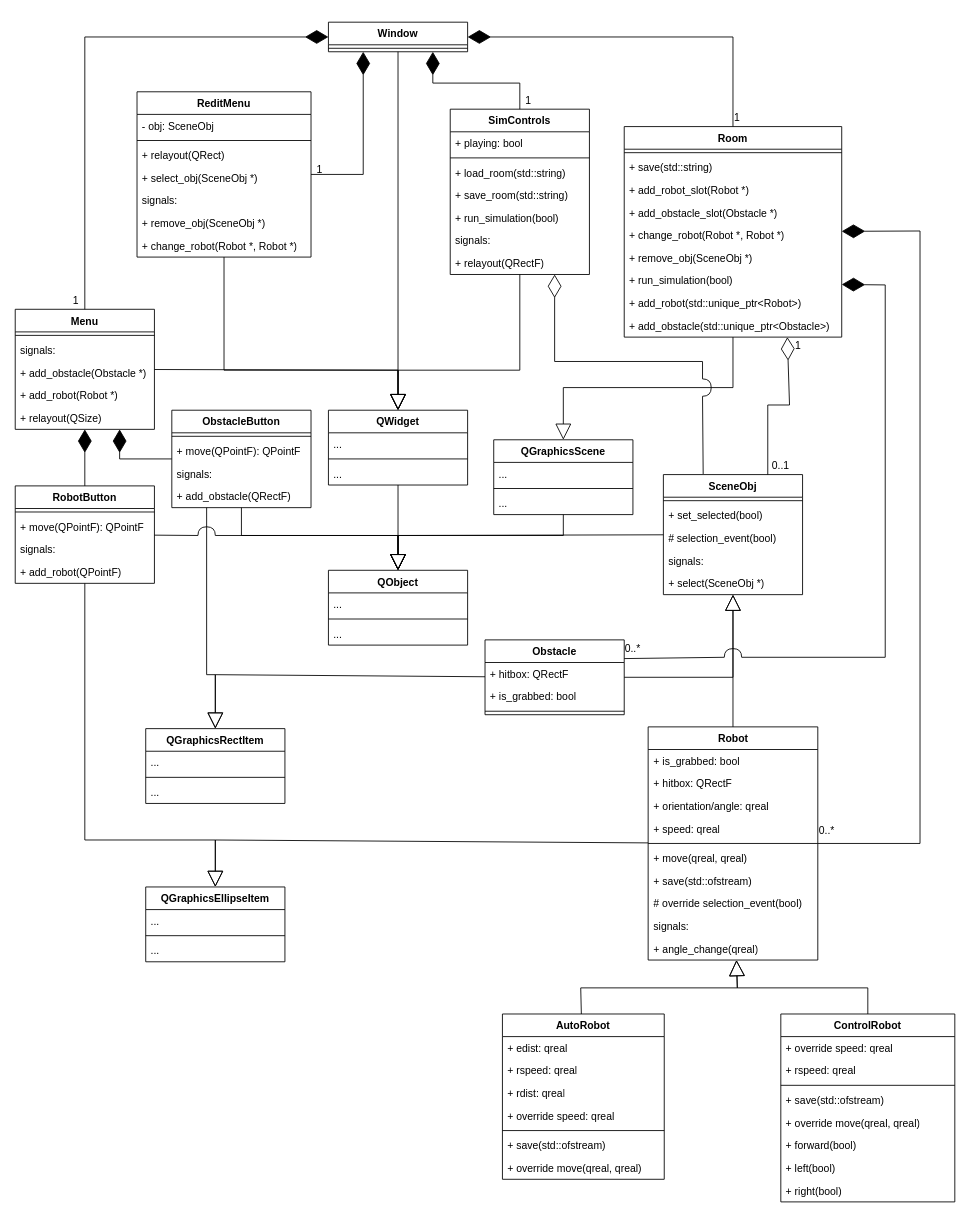
BonnyAD9/icp-robots keeps this draw.io diagram as class-diagram.drawio. Above is the earlier version. Source tidied: cells renumbered, new cells numbered last; positions are measured from the earlier drawing's top-left corner, leaving out a move shared by most shapes. Both pictures are drawn from the tidied source at 87%, with x=0, y=0 at pixel (15, 22).
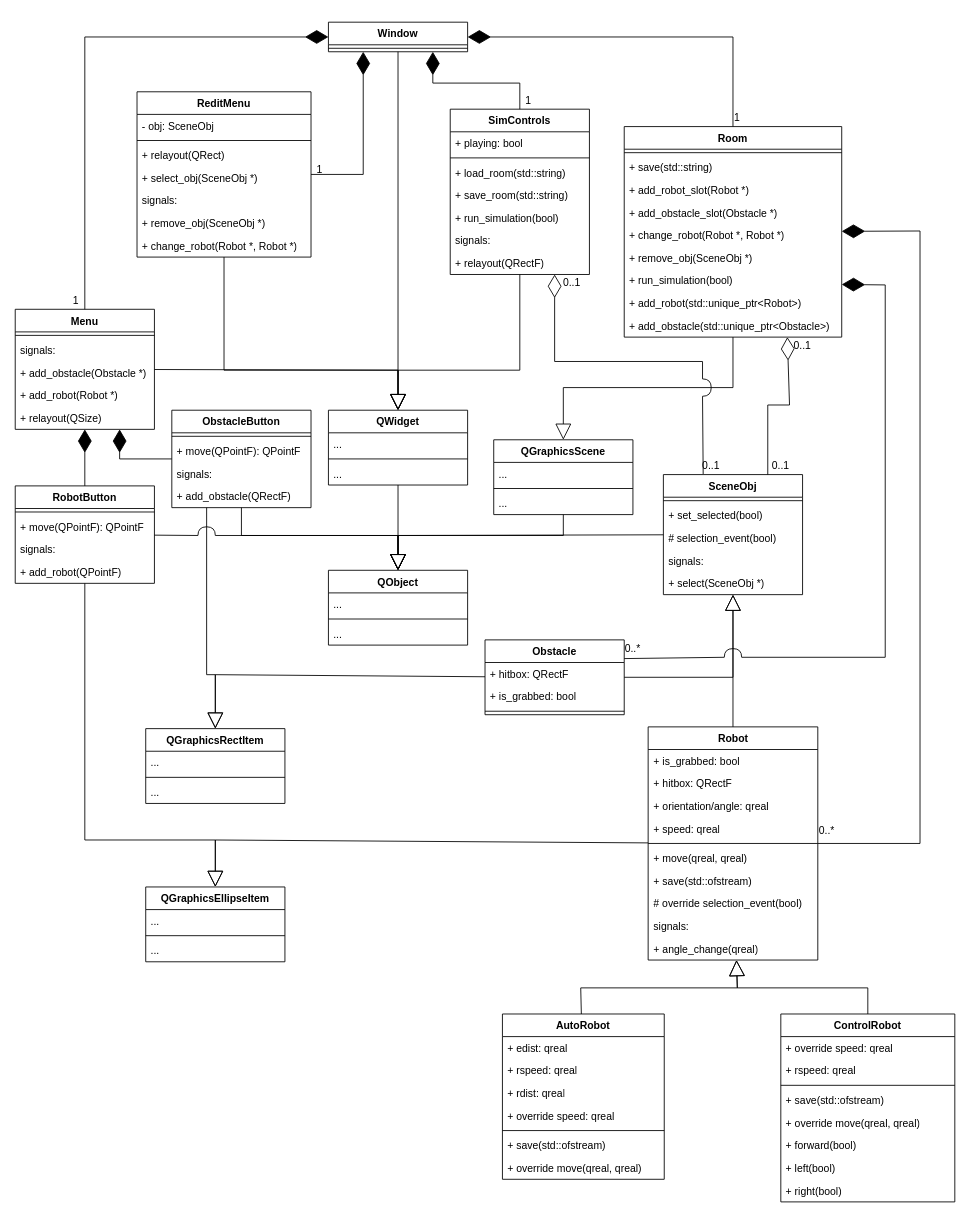
The same page after the edit.

The edit, as a diff of the source:
```diff
@@
-    <mxCell id="137" value="1" style="text;html=1;align=center;verticalAlign=middle;whiteSpace=wrap;rounded=0;" parent="1" vertex="1">
-      <mxGeometry x="890" y="362" width="20" height="20" as="geometry" />
-    </mxCell>
@@
+    <mxCell id="146" value="0..1" style="text;html=1;align=center;verticalAlign=middle;whiteSpace=wrap;rounded=0;" parent="1" vertex="1">
+      <mxGeometry x="895" y="362" width="20" height="20" as="geometry" />
+    </mxCell>
+    <mxCell id="147" value="0..1" style="text;html=1;align=center;verticalAlign=middle;whiteSpace=wrap;rounded=0;" parent="1" vertex="1">
+      <mxGeometry x="790" y="500" width="20" height="20" as="geometry" />
+    </mxCell>
+    <mxCell id="148" value="0..1" style="text;html=1;align=center;verticalAlign=middle;whiteSpace=wrap;rounded=0;" parent="1" vertex="1">
+      <mxGeometry x="630" y="290" width="20" height="20" as="geometry" />
+    </mxCell>
```
